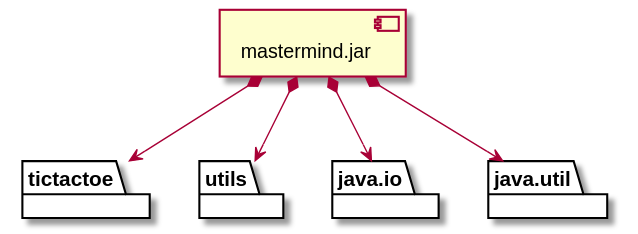
The PlantUML diagram docs/build/docs/asciidoc/images/diagramaImplementacion.svg in x-USantaTecla-game-ticTacToe/java, before a commit. The source it was exported from:
```plantuml
@startuml

package "  "  as tictactoe {
}
package "  "  as utils {
}
package "  "  as java.io {
}
package "  "  as java.util {
}

[mastermind.jar] as jar

jar *--> tictactoe
jar *--> utils
jar *--> java.io
jar *--> java.util
@enduml
```
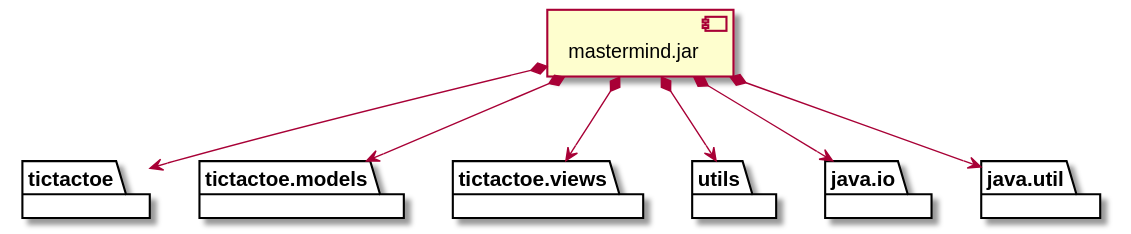
Above is the later version.

What changed in the source:
```diff
@@ -1,6 +1,10 @@
 @startuml
 
 package "  "  as tictactoe {
+}
+package "  "  as tictactoe.models {
+}
+package "  "  as tictactoe.views {
 }
 package "  "  as utils {
 }
@@ -12,6 +16,8 @@
 [mastermind.jar] as jar
 
 jar *--> tictactoe
+jar *--> tictactoe.models
+jar *--> tictactoe.views
 jar *--> utils
 jar *--> java.io
 jar *--> java.util
```
